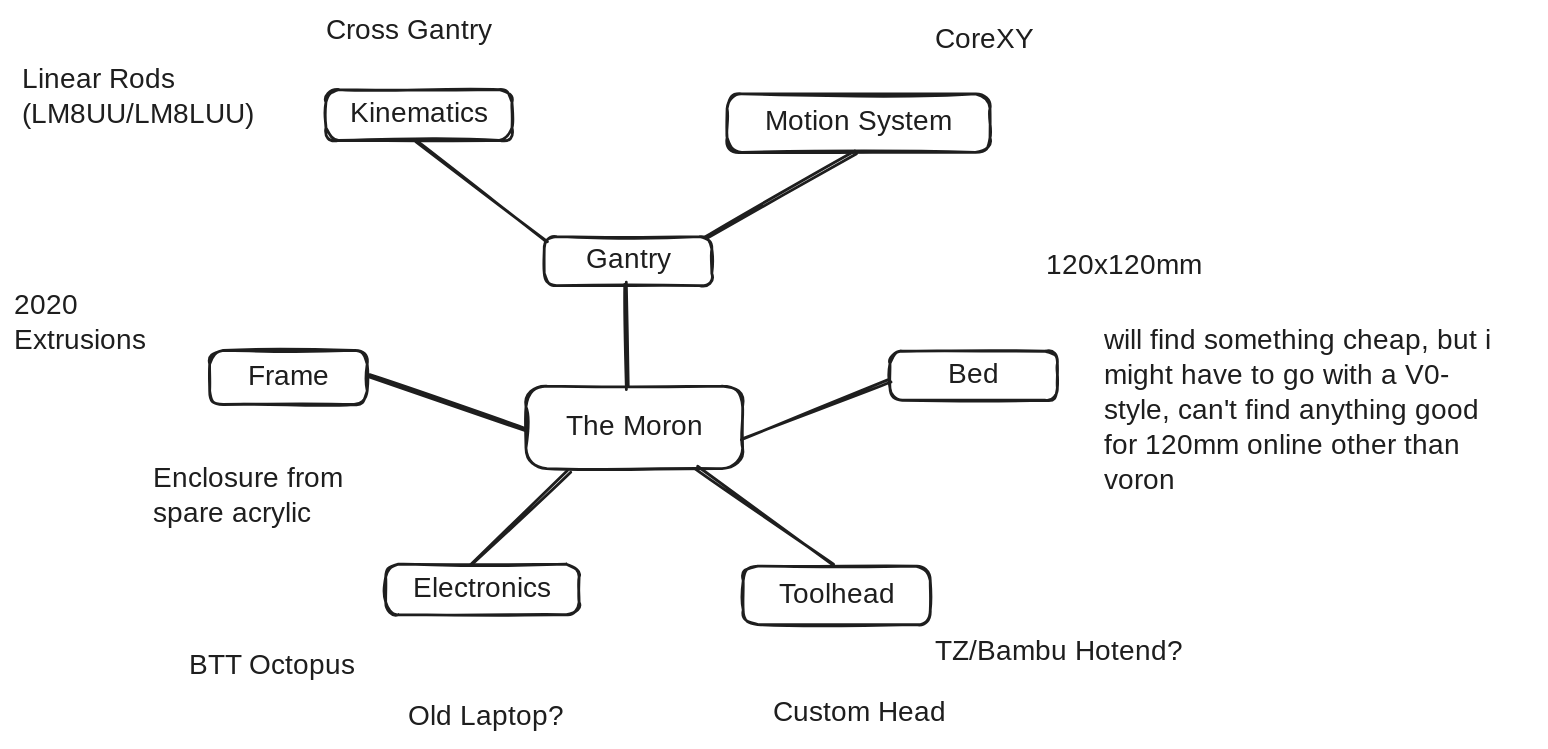
RedBigz/moron keeps this Excalidraw diagram as media/logs/26-3-7/mind_map.excalidraw.svg. Above is the earlier version. Source tidied: one line per element, renumbered; positions are measured from the earlier drawing's top-left corner, leaving out a move shared by most shapes.
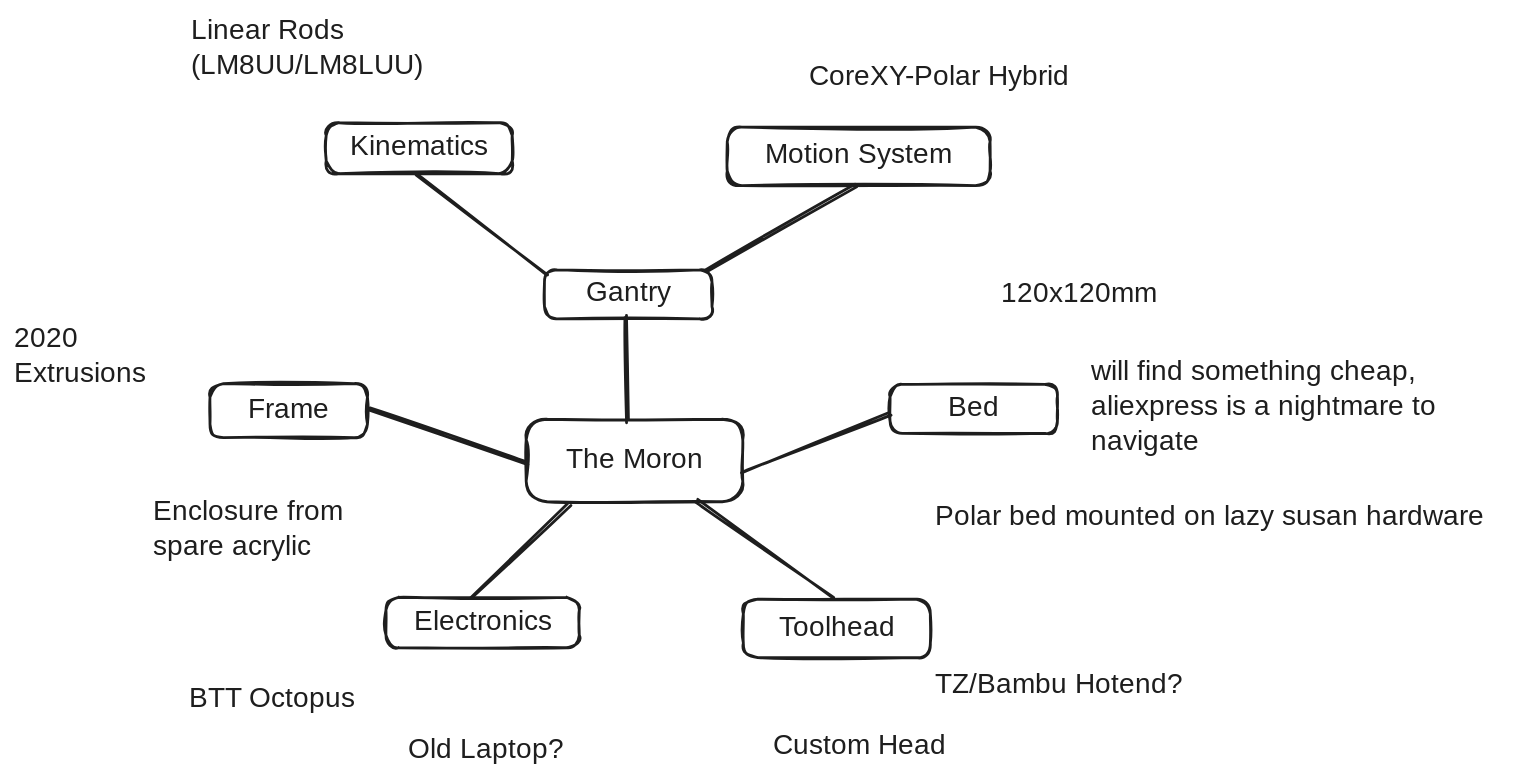
The same diagram one commit later.

Commit message:
change to polar hybrid concept

What changed in the source:
```diff
@@ -2,11 +2,10 @@
 {"id": 1, "type": "text", "text": "The Moron", "strokeColor": "#1e1e1e", "strokeWidth": 2, "roughness": 1, "fontSize": 20, "fontFamily": 5, "textAlign": "center", "verticalAlign": "middle", "inside": 0, "x": 391, "y": 283, "width": 105, "height": 25}
 {"id": 2, "type": "rectangle", "strokeColor": "#1e1e1e", "strokeWidth": 2, "roughness": 1, "round": true, "x": 223, "y": 54, "width": 133, "height": 36}
 {"id": 3, "type": "text", "text": "Kinematics", "strokeColor": "#1e1e1e", "strokeWidth": 2, "roughness": 1, "fontSize": 20, "fontFamily": 5, "textAlign": "center", "verticalAlign": "middle", "inside": 2, "x": 239, "y": 60, "width": 100, "height": 25}
-{"id": 4, "type": "text", "text": "CoreXY", "strokeColor": "#1e1e1e", "strokeWidth": 2, "roughness": 1, "fontSize": 20, "fontFamily": 5, "x": 658, "y": 7, "width": 67, "height": 25}
+{"id": 4, "type": "text", "text": "CoreXY-Polar Hybrid", "strokeColor": "#1e1e1e", "strokeWidth": 2, "roughness": 1, "fontSize": 20, "fontFamily": 5, "x": 568, "y": 9, "width": 191, "height": 25}
 {"id": 5, "type": "rectangle", "strokeColor": "#1e1e1e", "strokeWidth": 2, "roughness": 1, "round": true, "x": 510, "y": 57, "width": 188, "height": 42}
 {"id": 6, "type": "text", "text": "Motion System", "strokeColor": "#1e1e1e", "strokeWidth": 2, "roughness": 1, "fontSize": 20, "fontFamily": 5, "textAlign": "center", "verticalAlign": "middle", "inside": 5, "x": 532, "y": 65, "width": 143, "height": 25}
-{"id": 7, "type": "text", "text": "Linear Rods\n(LM8UU/LM8LUU)", "strokeColor": "#1e1e1e", "strokeWidth": 2, "roughness": 1, "fontSize": 20, "fontFamily": 5, "x": 5, "y": 36, "width": 203, "height": 50}
+{"id": 7, "type": "text", "text": "Linear Rods\n(LM8UU/LM8LUU)", "strokeColor": "#1e1e1e", "strokeWidth": 2, "roughness": 1, "fontSize": 20, "fontFamily": 5, "x": 126, "y": -24, "width": 203, "height": 50}
-{"id": 8, "type": "text", "text": "Cross Gantry", "strokeColor": "#1e1e1e", "strokeWidth": 2, "roughness": 1, "fontSize": 20, "fontFamily": 5, "x": 223, "y": 0, "width": 130, "height": 25}
 {"id": 9, "type": "rectangle", "strokeColor": "#1e1e1e", "strokeWidth": 2, "roughness": 1, "round": true, "x": 140, "y": 240, "width": 113, "height": 39}
 {"id": 10, "type": "text", "text": "Frame", "strokeColor": "#1e1e1e", "strokeWidth": 2, "roughness": 1, "fontSize": 20, "fontFamily": 5, "textAlign": "center", "verticalAlign": "middle", "inside": 9, "x": 168, "y": 247, "width": 56, "height": 25}
 {"id": 11, "type": "text", "text": "2020\nExtrusions", "strokeColor": "#1e1e1e", "strokeWidth": 2, "roughness": 1, "fontSize": 20, "fontFamily": 5, "x": 0, "y": 197, "width": 106, "height": 50}
@@ -15,13 +14,13 @@
 {"id": 14, "type": "rectangle", "strokeColor": "#1e1e1e", "strokeWidth": 2, "roughness": 1, "round": true, "x": 379, "y": 159, "width": 120, "height": 35}
 {"id": 15, "type": "text", "text": "Gantry", "strokeColor": "#1e1e1e", "strokeWidth": 2, "roughness": 1, "fontSize": 20, "fontFamily": 5, "textAlign": "center", "verticalAlign": "middle", "inside": 14, "x": 405, "y": 164, "width": 68, "height": 25}
 {"id": 16, "type": "text", "text": "Enclosure from\nspare acrylic", "strokeColor": "#1e1e1e", "strokeWidth": 2, "roughness": 1, "fontSize": 20, "fontFamily": 5, "x": 99, "y": 320, "width": 158, "height": 50}
-{"id": 17, "type": "text", "text": "120x120mm", "strokeColor": "#1e1e1e", "strokeWidth": 2, "roughness": 1, "fontSize": 20, "fontFamily": 5, "x": 737, "y": 168, "width": 110, "height": 25}
+{"id": 17, "type": "text", "text": "120x120mm", "strokeColor": "#1e1e1e", "strokeWidth": 2, "roughness": 1, "fontSize": 20, "fontFamily": 5, "x": 705, "y": 164, "width": 110, "height": 25}
 {"id": 18, "type": "line", "strokeColor": "#1e1e1e", "strokeWidth": 2, "roughness": 1, "round": true, "x": 439, "y": 267, "width": 1, "height": 75, "points": [[0, 0], [-1, -75]]}
 {"id": 19, "type": "line", "strokeColor": "#1e1e1e", "strokeWidth": 2, "roughness": 1, "round": true, "x": 495, "y": 160, "width": 107, "height": 60, "points": [[0, 0], [107, -60]]}
 {"id": 20, "type": "line", "strokeColor": "#1e1e1e", "strokeWidth": 2, "roughness": 1, "round": true, "x": 381, "y": 162, "width": 95, "height": 71, "points": [[0, 0], [-95, -71]]}
 {"id": 21, "type": "line", "strokeColor": "#1e1e1e", "strokeWidth": 2, "roughness": 1, "round": true, "x": 252, "y": 259, "width": 114, "height": 39, "points": [[0, 0], [114, 39]]}
 {"id": 22, "type": "line", "strokeColor": "#1e1e1e", "strokeWidth": 2, "roughness": 1, "round": true, "x": 520, "y": 304, "width": 105, "height": 43, "points": [[0, 0], [105, -43]]}
-{"id": 23, "type": "text", "text": "will find something cheap, but i\nmight have to go with a V0-\nstyle, can't find anything good\nfor 120mm online other than\nvoron", "strokeColor": "#1e1e1e", "strokeWidth": 2, "roughness": 1, "fontSize": 20, "fontFamily": 5, "x": 779, "y": 221, "width": 307, "height": 125}
+{"id": 23, "type": "text", "text": "will find something cheap,\naliexpress is a nightmare to\nnavigate", "strokeColor": "#1e1e1e", "strokeWidth": 2, "roughness": 1, "fontSize": 20, "fontFamily": 5, "x": 769, "y": 220, "width": 307, "height": 75}
 {"id": 24, "type": "rectangle", "strokeColor": "#1e1e1e", "strokeWidth": 2, "roughness": 1, "round": true, "x": 266, "y": 393, "width": 138, "height": 36}
 {"id": 25, "type": "text", "text": "Electronics", "strokeColor": "#1e1e1e", "strokeWidth": 2, "roughness": 1, "fontSize": 20, "fontFamily": 5, "textAlign": "center", "verticalAlign": "middle", "inside": 24, "x": 281, "y": 399, "width": 107, "height": 25}
 {"id": 26, "type": "text", "text": "BTT Octopus", "strokeColor": "#1e1e1e", "strokeWidth": 2, "roughness": 1, "fontSize": 20, "fontFamily": 5, "x": 125, "y": 454, "width": 139, "height": 25}
@@ -32,3 +31,4 @@
 {"id": 31, "type": "text", "text": "Toolhead", "strokeColor": "#1e1e1e", "strokeWidth": 2, "roughness": 1, "fontSize": 20, "fontFamily": 5, "textAlign": "center", "verticalAlign": "middle", "inside": 30, "x": 543, "y": 403, "width": 90, "height": 25}
 {"id": 32, "type": "text", "text": "TZ/Bambu Hotend?", "strokeColor": "#1e1e1e", "strokeWidth": 2, "roughness": 1, "fontSize": 20, "fontFamily": 5, "x": 658, "y": 444, "width": 191, "height": 25}
 {"id": 33, "type": "text", "text": "Custom Head", "strokeColor": "#1e1e1e", "strokeWidth": 2, "roughness": 1, "fontSize": 20, "fontFamily": 5, "x": 542, "y": 487, "width": 125, "height": 25}
+{"id": 34, "type": "text", "text": "Polar bed mounted on lazy susan hardware", "strokeColor": "#1e1e1e", "strokeWidth": 2, "roughness": 1, "fontSize": 20, "fontFamily": 5, "x": 658, "y": 324, "width": 414, "height": 25}
```
